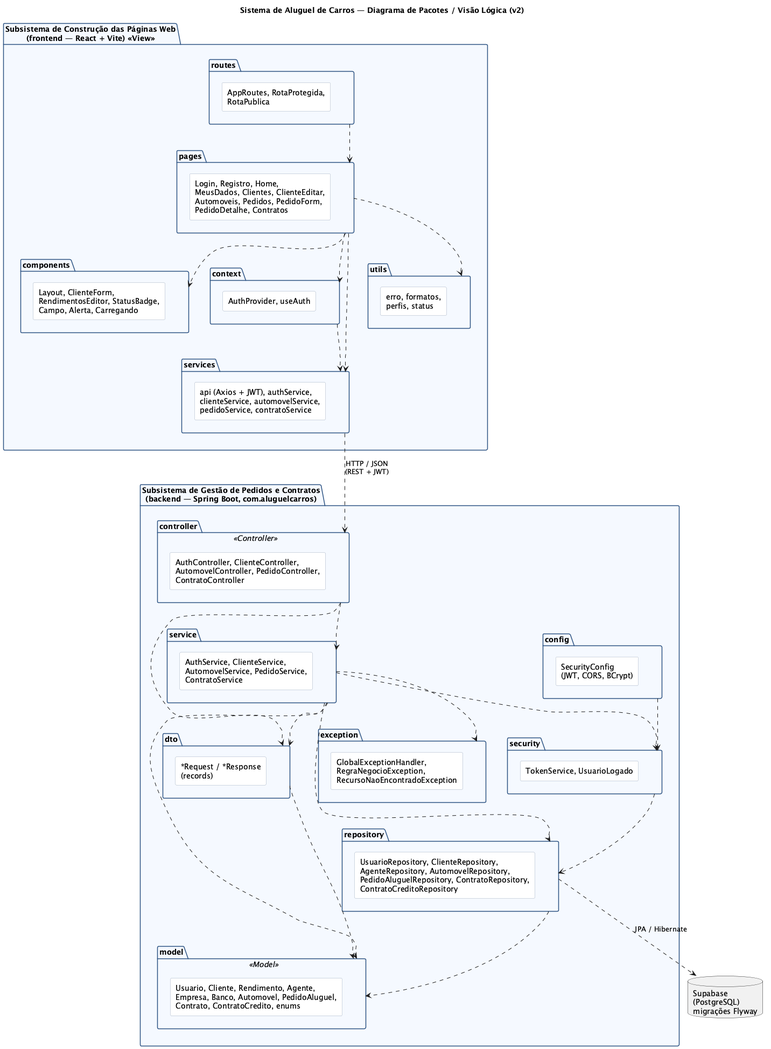
GuilhermeCostax/AlugelCarros keeps this PlantUML diagram as docs/diagramas/v2/pacotes.png. Above is the earlier version.
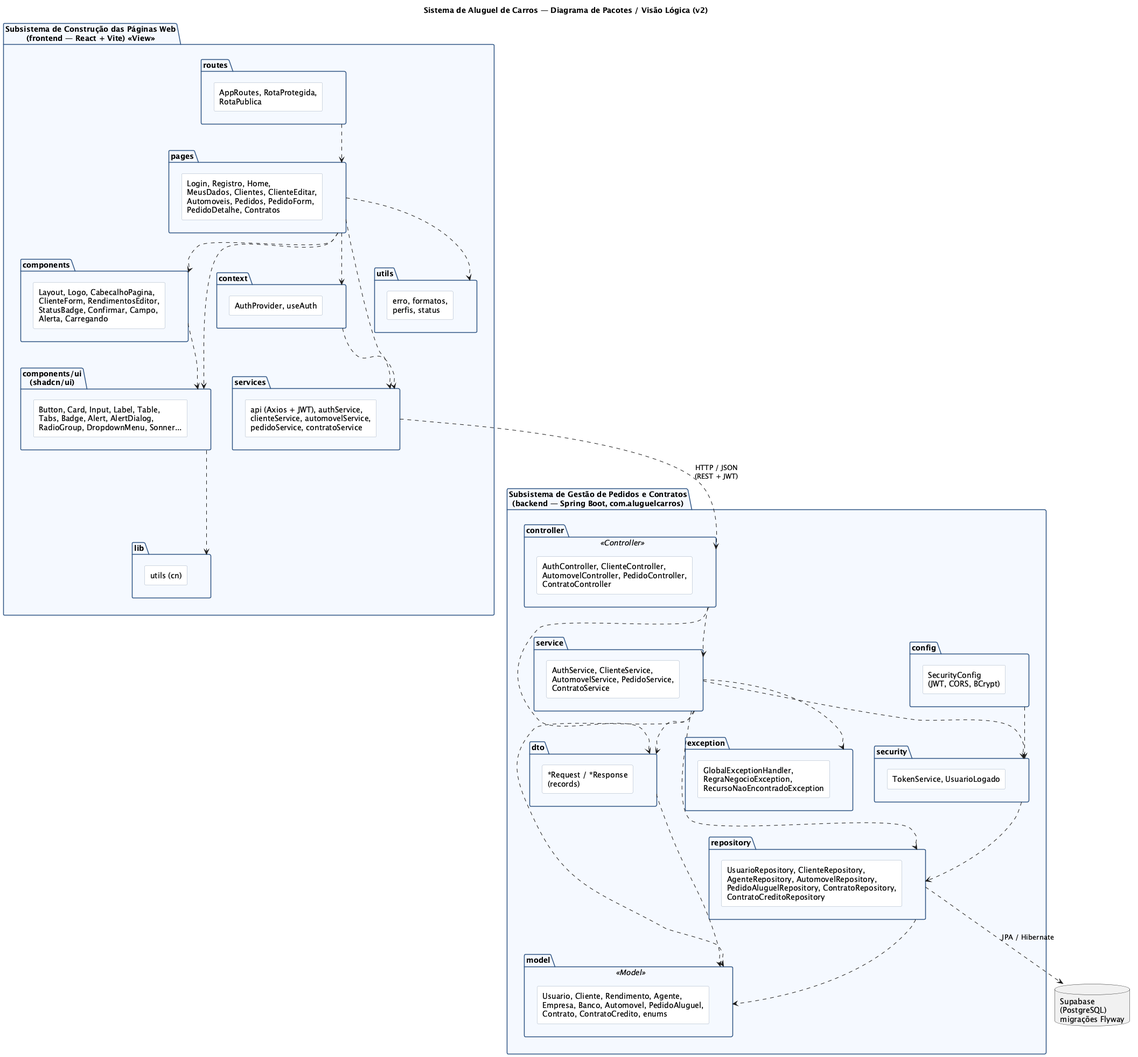
After the change.

Commit message:
Atualiza diagrama de pacotes, README e capturas de tela com a nova interface

Diff of the diagram source:
```diff
@@ -19,7 +19,13 @@
     rectangle "Login, Registro, Home,\nMeusDados, Clientes, ClienteEditar,\nAutomoveis, Pedidos, PedidoForm,\nPedidoDetalhe, Contratos" as r_pages
   }
   package components {
-    rectangle "Layout, ClienteForm,\nRendimentosEditor, StatusBadge,\nCampo, Alerta, Carregando" as r_components
+    rectangle "Layout, Logo, CabecalhoPagina,\nClienteForm, RendimentosEditor,\nStatusBadge, Confirmar, Campo,\nAlerta, Carregando" as r_components
+  }
+  package "components/ui\n(shadcn/ui)" as ui {
+    rectangle "Button, Card, Input, Label, Table,\nTabs, Badge, Alert, AlertDialog,\nRadioGroup, DropdownMenu, Sonner..." as r_ui
+  }
+  package lib {
+    rectangle "utils (cn)" as r_lib
   }
   package context {
     rectangle "AuthProvider, useAuth" as r_context
@@ -67,6 +73,9 @@
 pages ..> services
 pages ..> utils
 context ..> services
+pages ..> ui
+components ..> ui
+ui ..> lib
 
 services ..> controller : HTTP / JSON\n(REST + JWT)
 
```
